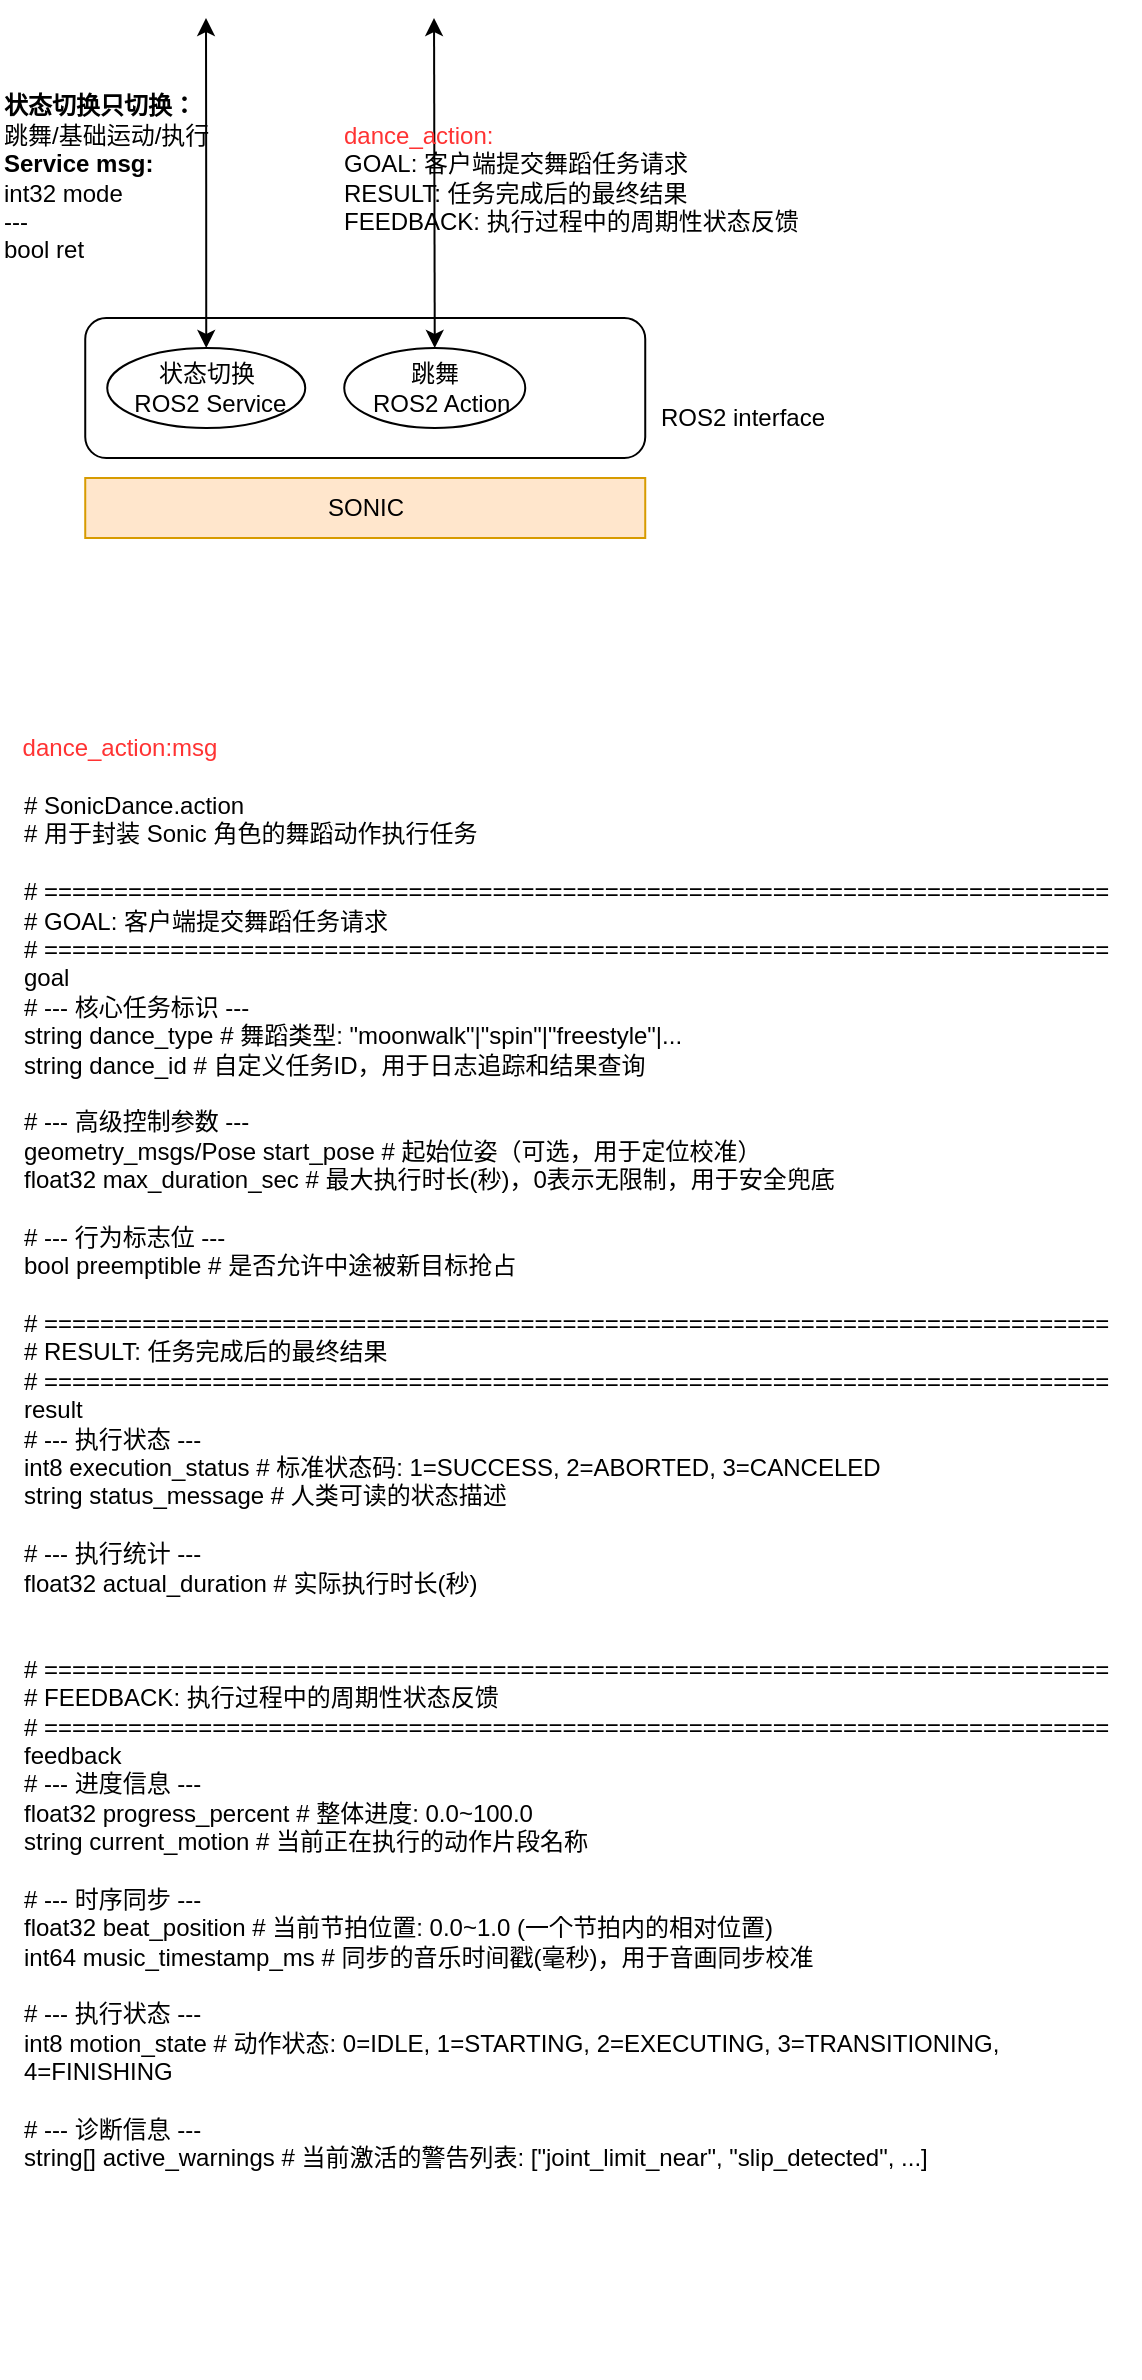
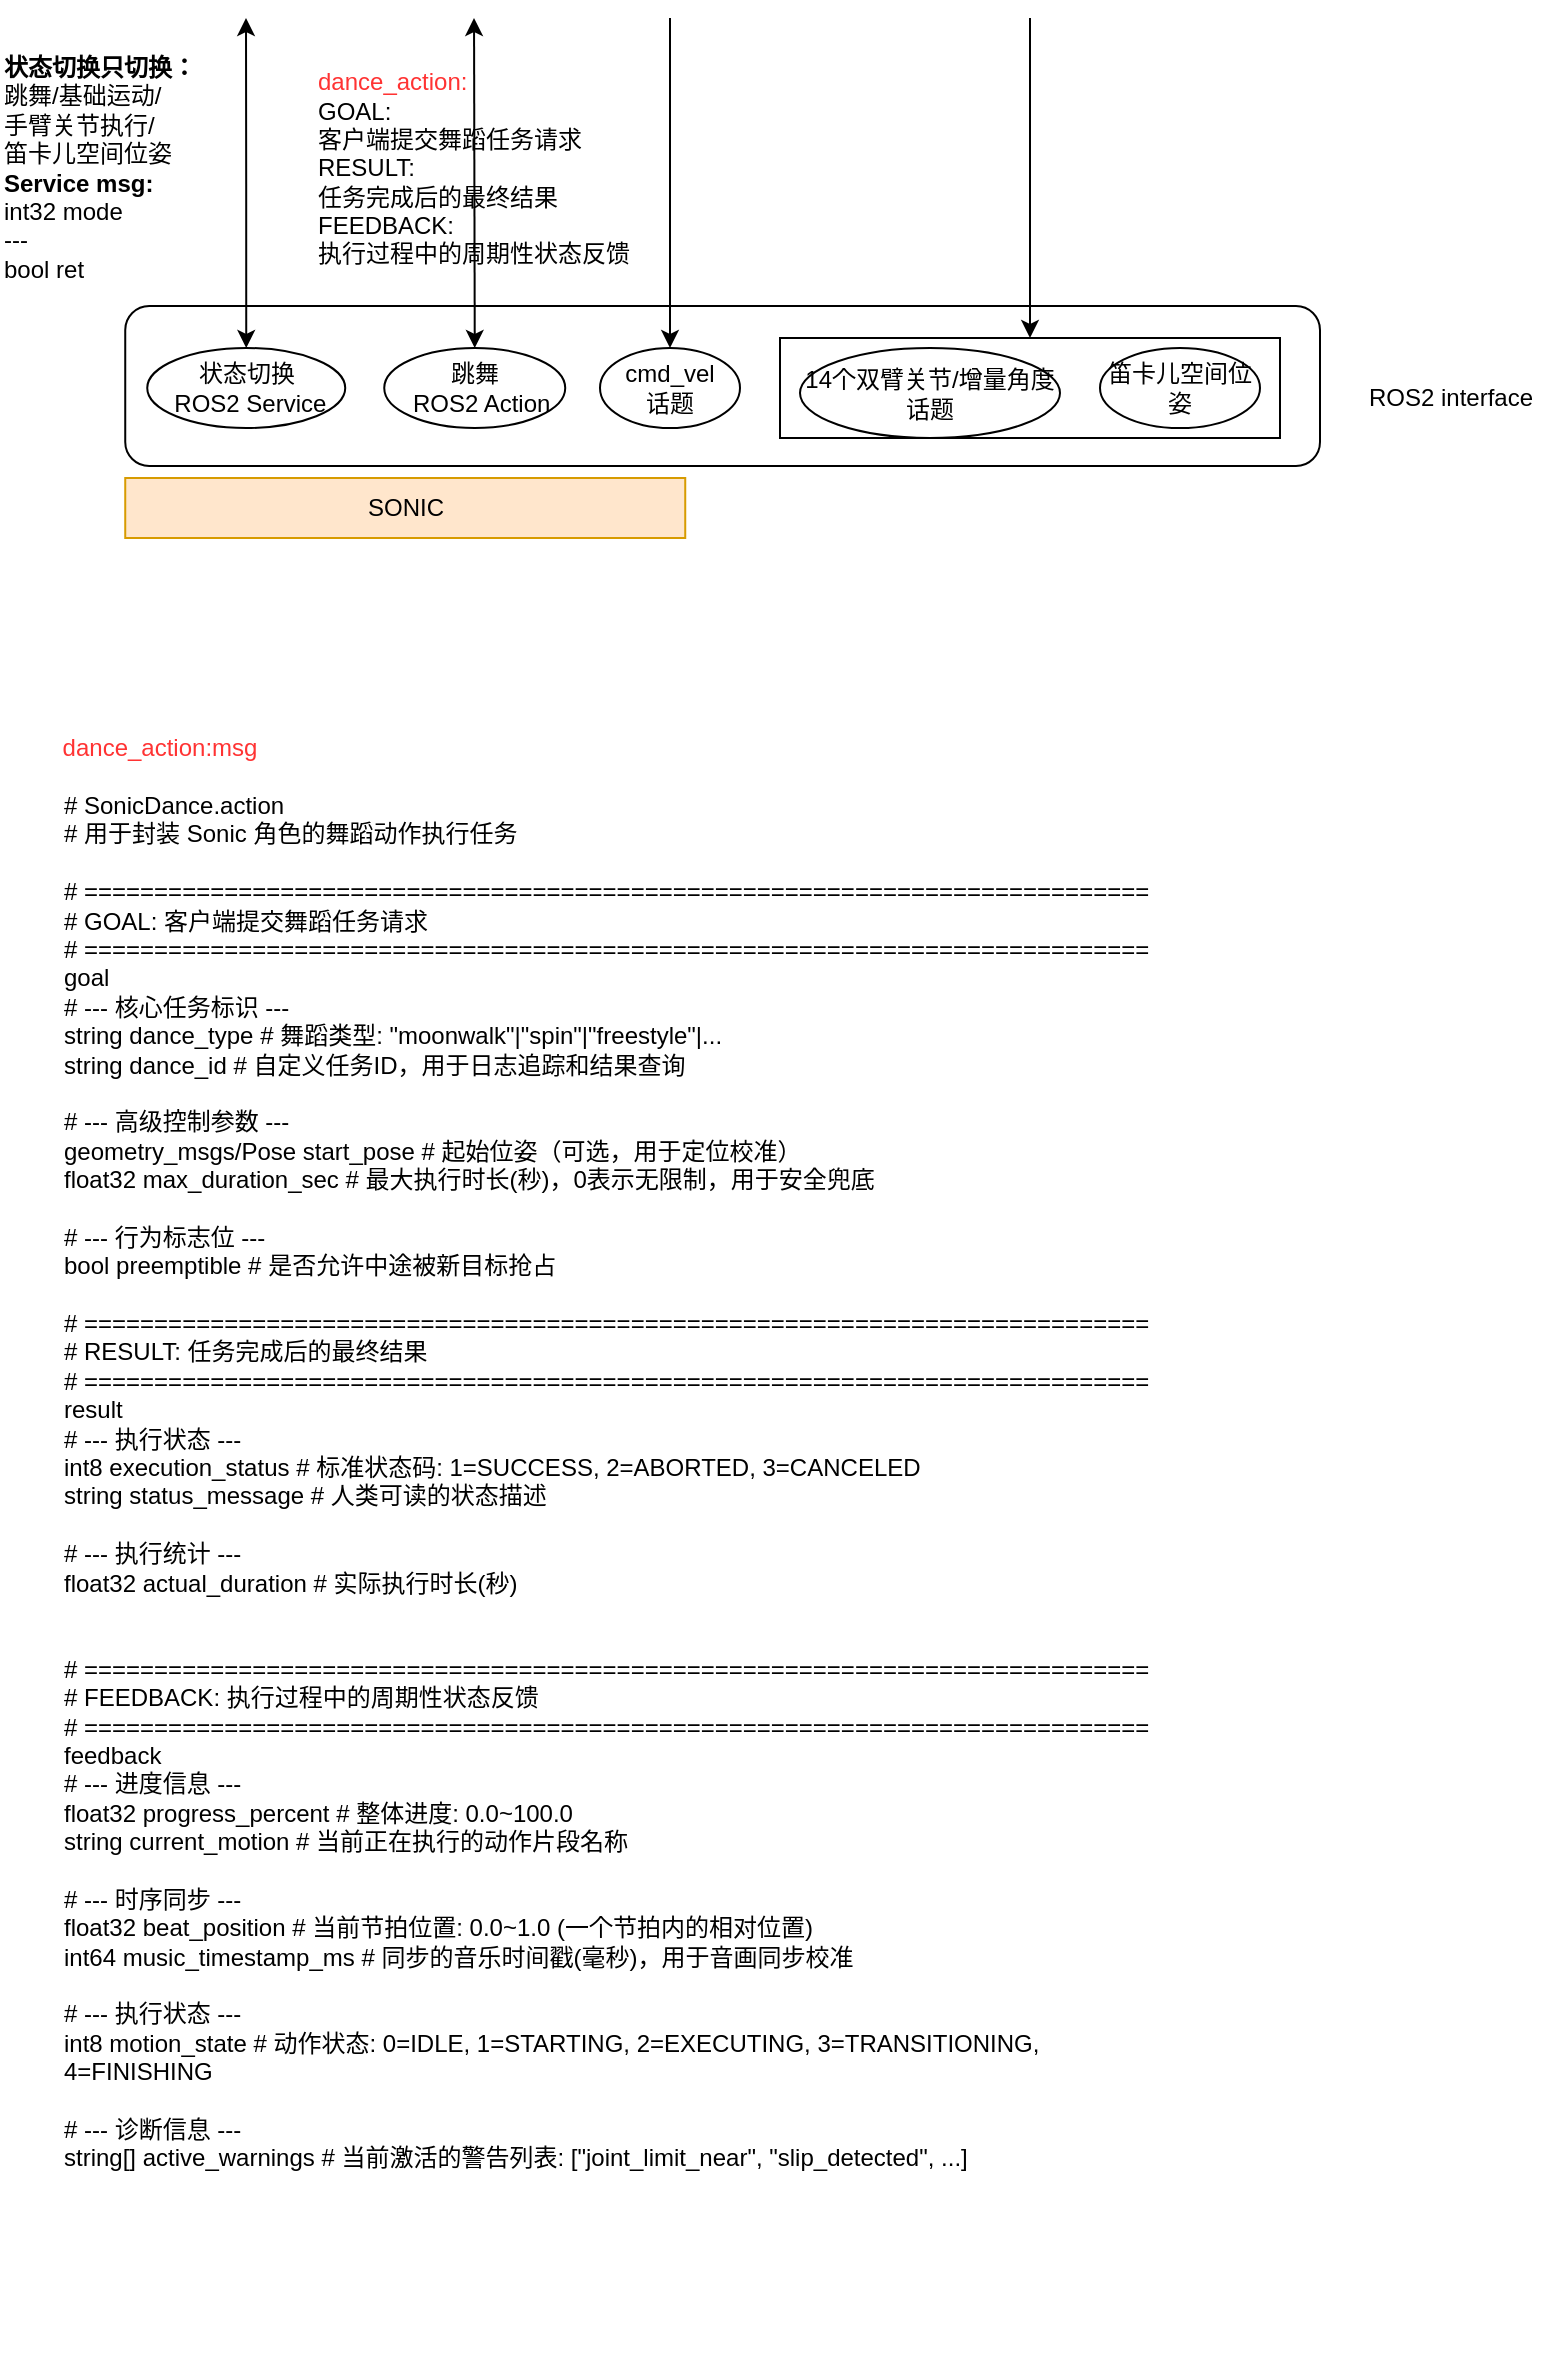
<mxfile host="app.diagrams.net">
  <diagram name="第 1 页" id="DzcLTyVgVoUWEzhdv1gV">
    <mxGraphModel dx="975" dy="528" grid="1" gridSize="10" guides="1" tooltips="1" connect="1" arrows="1" fold="1" page="1" pageScale="1" pageWidth="1654" pageHeight="1169" math="0" shadow="0">
      <root>
        <mxCell id="0" />
        <mxCell id="1" parent="0" />
        <mxCell id="3TUa6k41WnPCvsEETGqd-1" parent="1" style="rounded=0;whiteSpace=wrap;html=1;fillColor=#ffe6cc;strokeColor=#d79b00;" value="SONIC" vertex="1">
          <mxGeometry height="30" width="280" x="552.62" y="310" as="geometry" />
        </mxCell>
        <mxCell id="3TUa6k41WnPCvsEETGqd-2" parent="1" style="rounded=1;whiteSpace=wrap;html=1;" value="" vertex="1">
-           <mxGeometry height="70" width="280" x="552.62" y="230" as="geometry" />
+           <mxGeometry height="80" width="597.38" x="552.62" y="224" as="geometry" />
        </mxCell>
        <mxCell id="3TUa6k41WnPCvsEETGqd-3" parent="1" style="text;html=1;align=center;verticalAlign=middle;resizable=0;points=[];autosize=1;strokeColor=none;fillColor=none;" value="ROS2 interface" vertex="1">
-           <mxGeometry height="30" width="110" x="825.62" y="265" as="geometry" />
+           <mxGeometry height="30" width="110" x="1160" y="255" as="geometry" />
        </mxCell>
        <mxCell id="3TUa6k41WnPCvsEETGqd-4" edge="1" parent="1" source="3TUa6k41WnPCvsEETGqd-5" style="edgeStyle=orthogonalEdgeStyle;rounded=0;orthogonalLoop=1;jettySize=auto;html=1;exitX=0.5;exitY=0;exitDx=0;exitDy=0;startArrow=classic;startFill=1;">
          <mxGeometry relative="1" as="geometry">
            <mxPoint x="613" y="80" as="targetPoint" />
          </mxGeometry>
        </mxCell>
        <mxCell id="3TUa6k41WnPCvsEETGqd-5" parent="1" style="ellipse;whiteSpace=wrap;html=1;" value="状态切换&lt;br&gt;&amp;nbsp;ROS2 Service" vertex="1">
          <mxGeometry height="40" width="99" x="563.62" y="245" as="geometry" />
        </mxCell>
        <mxCell id="3TUa6k41WnPCvsEETGqd-6" edge="1" parent="1" source="3TUa6k41WnPCvsEETGqd-7" style="edgeStyle=orthogonalEdgeStyle;curved=1;rounded=0;orthogonalLoop=1;jettySize=auto;html=1;exitX=0.5;exitY=0;exitDx=0;exitDy=0;startArrow=classic;startFill=1;">
          <mxGeometry relative="1" as="geometry">
            <mxPoint x="727" y="80" as="targetPoint" />
          </mxGeometry>
        </mxCell>
        <mxCell id="3TUa6k41WnPCvsEETGqd-7" parent="1" style="ellipse;whiteSpace=wrap;html=1;" value="跳舞&lt;br&gt;&amp;nbsp; ROS2 Action" vertex="1">
          <mxGeometry height="40" width="90.5" x="682.12" y="245" as="geometry" />
        </mxCell>
-         <mxCell id="3TUa6k41WnPCvsEETGqd-8" parent="1" style="text;html=1;align=left;verticalAlign=middle;resizable=0;points=[];autosize=1;strokeColor=none;fillColor=none;" value="&lt;font&gt;&lt;font style=&quot;color: rgb(0, 0, 0);&quot;&gt;&lt;b&gt;状态切换只切换：&lt;/b&gt;&lt;/font&gt;&lt;br&gt;&lt;font style=&quot;color: rgb(0, 0, 0);&quot;&gt;跳舞/基础运动/执行&lt;/font&gt;&lt;br&gt;&lt;font style=&quot;color: rgb(0, 0, 0);&quot;&gt;&lt;b&gt;Service msg:&lt;/b&gt;&lt;/font&gt;&lt;/font&gt;&lt;br&gt;int32 mode&lt;div&gt;---&lt;/div&gt;&lt;div&gt;bool ret&lt;/div&gt;" vertex="1">
-           <mxGeometry height="100" width="130" x="510" y="110" as="geometry" />
+         <mxCell id="3TUa6k41WnPCvsEETGqd-8" parent="1" style="text;html=1;align=left;verticalAlign=middle;resizable=0;points=[];autosize=1;strokeColor=none;fillColor=none;" value="&lt;font&gt;&lt;font style=&quot;color: rgb(0, 0, 0);&quot;&gt;&lt;b&gt;状态切换只切换：&lt;/b&gt;&lt;/font&gt;&lt;br&gt;&lt;font style=&quot;color: rgb(0, 0, 0);&quot;&gt;跳舞/基础运动/&lt;br&gt;手臂关节执行/&lt;br&gt;笛卡儿空间位姿&lt;/font&gt;&lt;br&gt;&lt;font style=&quot;color: rgb(0, 0, 0);&quot;&gt;&lt;b&gt;Service msg:&lt;/b&gt;&lt;/font&gt;&lt;/font&gt;&lt;br&gt;int32 mode&lt;div&gt;---&lt;/div&gt;&lt;div&gt;bool ret&lt;/div&gt;" vertex="1">
+           <mxGeometry height="130" width="120" x="490" y="90" as="geometry" />
        </mxCell>
-         <mxCell id="qzNTs-UY0wei0addMZY_-1" parent="1" style="text;html=1;whiteSpace=wrap;strokeColor=none;fillColor=none;align=left;verticalAlign=middle;rounded=0;" value="&lt;font style=&quot;color: rgb(255, 51, 51);&quot;&gt;&lt;span style=&quot;font-family: monospace; font-size: 0px; text-wrap: nowrap; color: rgba(0, 0, 0, 0);&quot;&gt;%3CmxGraphModel%3E%3Croot%3E%3CmxCell%20id%3D%220%22%2F%3E%3CmxCell%20id%3D%221%22%20parent%3D%220%22%2F%3E%3CmxCell%20id%3D%222%22%20parent%3D%221%22%20style%3D%22text%3Bhtml%3D1%3BwhiteSpace%3Dwrap%3BstrokeColor%3Dnone%3BfillColor%3Dnone%3Balign%3Dcenter%3BverticalAlign%3Dmiddle%3Brounded%3D0%3B%22%20value%3D%22Text%22%20vertex%3D%221%22%3E%3CmxGeometry%20height%3D%2230%22%20width%3D%2260%22%20x%3D%22510%22%20y%3D%22400%22%20as%3D%22geometry%22%2F%3E%3C%2FmxCell%3E%3C%2Froot%3E%3C%2FmxGraphModel%3E%3CmxGraphModel%3E%3Croot%3E%3CmxCell%20id%3D%220%22%2F%3E%3CmxCell%20id%3D%221%22%20parent%3D%220%22%2F%3E%3CmxCell%20id%3D%222%22%20parent%3D%221%22%20style%3D%22text%3Bhtml%3D1%3BwhiteSpace%3Dwrap%3BstrokeColor%3Dnone%3BfillColor%3Dnone%3Balign%3Dcenter%3BverticalAlign%3Dmiddle%3Brounded%3D0%3B%22%20value%3D%22Text%22%20vertex%3D%221%22%3E%3CmxGeometry%20height%3D%2230%22%20width%3D%2260%22%20x%3D%22510%22%20y%3D%22400%22%20as%3D%22geometry%22%2F%3E%3C%2FmxCell%3E%3C%2Froot%3E%3C%2FmxGraphModel%3E&lt;/span&gt;dance_action:&lt;/font&gt;&lt;br&gt;GOAL: 客户端提交舞蹈任务请求&lt;br&gt;RESULT: 任务完成后的最终结果&lt;br&gt;FEEDBACK: 执行过程中的周期性状态反馈" vertex="1">
-           <mxGeometry height="70" width="240" x="680" y="125" as="geometry" />
+         <mxCell id="qzNTs-UY0wei0addMZY_-1" parent="1" style="text;html=1;whiteSpace=wrap;strokeColor=none;fillColor=none;align=left;verticalAlign=middle;rounded=0;" value="&lt;font style=&quot;color: rgb(255, 51, 51);&quot;&gt;&lt;span style=&quot;font-family: monospace; font-size: 0px; text-wrap: nowrap; color: rgba(0, 0, 0, 0);&quot;&gt;%3CmxGraphModel%3E%3Croot%3E%3CmxCell%20id%3D%220%22%2F%3E%3CmxCell%20id%3D%221%22%20parent%3D%220%22%2F%3E%3CmxCell%20id%3D%222%22%20parent%3D%221%22%20style%3D%22text%3Bhtml%3D1%3BwhiteSpace%3Dwrap%3BstrokeColor%3Dnone%3BfillColor%3Dnone%3Balign%3Dcenter%3BverticalAlign%3Dmiddle%3Brounded%3D0%3B%22%20value%3D%22Text%22%20vertex%3D%221%22%3E%3CmxGeometry%20height%3D%2230%22%20width%3D%2260%22%20x%3D%22510%22%20y%3D%22400%22%20as%3D%22geometry%22%2F%3E%3C%2FmxCell%3E%3C%2Froot%3E%3C%2FmxGraphModel%3E%3CmxGraphModel%3E%3Croot%3E%3CmxCell%20id%3D%220%22%2F%3E%3CmxCell%20id%3D%221%22%20parent%3D%220%22%2F%3E%3CmxCell%20id%3D%222%22%20parent%3D%221%22%20style%3D%22text%3Bhtml%3D1%3BwhiteSpace%3Dwrap%3BstrokeColor%3Dnone%3BfillColor%3Dnone%3Balign%3Dcenter%3BverticalAlign%3Dmiddle%3Brounded%3D0%3B%22%20value%3D%22Text%22%20vertex%3D%221%22%3E%3CmxGeometry%20height%3D%2230%22%20width%3D%2260%22%20x%3D%22510%22%20y%3D%22400%22%20as%3D%22geometry%22%2F%3E%3C%2FmxCell%3E%3C%2Froot%3E%3C%2FmxGraphModel%3E&lt;/span&gt;dance_action:&lt;/font&gt;&lt;br&gt;GOAL: &lt;br&gt;客户端提交舞蹈任务请求&lt;br&gt;RESULT: &lt;br&gt;任务完成后的最终结果&lt;br&gt;FEEDBACK: &lt;br&gt;执行过程中的周期性状态反馈" vertex="1">
+           <mxGeometry height="70" width="160" x="647.37" y="120" as="geometry" />
        </mxCell>
        <UserObject label="# SonicDance.action&#xa;# 用于封装 Sonic 角色的舞蹈动作执行任务&#xa;&#xa;# ============================================================================&#xa;# GOAL: 客户端提交舞蹈任务请求&#xa;# ============================================================================&#xa;goal&#xa;  # --- 核心任务标识 ---&#xa;  string dance_type           # 舞蹈类型: &quot;moonwalk&quot;|&quot;spin&quot;|&quot;freestyle&quot;|...&#xa;  string dance_id             # 自定义任务ID，用于日志追踪和结果查询&#xa;    &#xa;  # --- 高级控制参数 ---&#xa;  geometry_msgs/Pose start_pose  # 起始位姿（可选，用于定位校准）&#xa;  float32 max_duration_sec    # 最大执行时长(秒)，0表示无限制，用于安全兜底&#xa;  &#xa;  # --- 行为标志位 ---&#xa;  bool preemptible            # 是否允许中途被新目标抢占&#xa;&#xa;# ============================================================================&#xa;# RESULT: 任务完成后的最终结果&#xa;# ============================================================================&#xa;result&#xa;  # --- 执行状态 ---&#xa;  int8 execution_status       # 标准状态码: 1=SUCCESS, 2=ABORTED, 3=CANCELED&#xa;  string status_message       # 人类可读的状态描述&#xa;  &#xa;  # --- 执行统计 ---&#xa;  float32 actual_duration     # 实际执行时长(秒)&#xa;&#xa;&#xa;# ============================================================================&#xa;# FEEDBACK: 执行过程中的周期性状态反馈&#xa;# ============================================================================&#xa;feedback&#xa;  # --- 进度信息 ---&#xa;  float32 progress_percent    # 整体进度: 0.0~100.0&#xa;  string current_motion       # 当前正在执行的动作片段名称&#xa;  &#xa;  # --- 时序同步 ---&#xa;  float32 beat_position       # 当前节拍位置: 0.0~1.0 (一个节拍内的相对位置)&#xa;  int64 music_timestamp_ms    # 同步的音乐时间戳(毫秒)，用于音画同步校准&#xa;  &#xa;  # --- 执行状态 ---&#xa;  int8 motion_state           # 动作状态: 0=IDLE, 1=STARTING, 2=EXECUTING, 3=TRANSITIONING, 4=FINISHING&#xa;  &#xa;  # --- 诊断信息 ---&#xa;  string[] active_warnings    # 当前激活的警告列表: [&quot;joint_limit_near&quot;, &quot;slip_detected&quot;, ...]" link="# SonicDance.action&#xa;# 用于封装 Sonic 角色的舞蹈动作执行任务&#xa;&#xa;# ============================================================================&#xa;# GOAL: 客户端提交舞蹈任务请求&#xa;# ============================================================================&#xa;goal&#xa;  # --- 核心任务标识 ---&#xa;  string dance_type           # 舞蹈类型: &quot;moonwalk&quot;|&quot;spin&quot;|&quot;freestyle&quot;|...&#xa;  string dance_id             # 自定义任务ID，用于日志追踪和结果查询&#xa;    &#xa;  # --- 高级控制参数 ---&#xa;  geometry_msgs/Pose start_pose  # 起始位姿（可选，用于定位校准）&#xa;  float32 max_duration_sec    # 最大执行时长(秒)，0表示无限制，用于安全兜底&#xa;  &#xa;  # --- 行为标志位 ---&#xa;  bool preemptible            # 是否允许中途被新目标抢占&#xa;&#xa;# ============================================================================&#xa;# RESULT: 任务完成后的最终结果&#xa;# ============================================================================&#xa;result&#xa;  # --- 执行状态 ---&#xa;  int8 execution_status       # 标准状态码: 1=SUCCESS, 2=ABORTED, 3=CANCELED&#xa;  string status_message       # 人类可读的状态描述&#xa;  &#xa;  # --- 执行统计 ---&#xa;  float32 actual_duration     # 实际执行时长(秒)&#xa;&#xa;&#xa;# ============================================================================&#xa;# FEEDBACK: 执行过程中的周期性状态反馈&#xa;# ============================================================================&#xa;feedback&#xa;  # --- 进度信息 ---&#xa;  float32 progress_percent    # 整体进度: 0.0~100.0&#xa;  string current_motion       # 当前正在执行的动作片段名称&#xa;  &#xa;  # --- 时序同步 ---&#xa;  float32 beat_position       # 当前节拍位置: 0.0~1.0 (一个节拍内的相对位置)&#xa;  int64 music_timestamp_ms    # 同步的音乐时间戳(毫秒)，用于音画同步校准&#xa;  &#xa;  # --- 执行状态 ---&#xa;  int8 motion_state           # 动作状态: 0=IDLE, 1=STARTING, 2=EXECUTING, 3=TRANSITIONING, 4=FINISHING&#xa;  &#xa;  # --- 诊断信息 ---&#xa;  string[] active_warnings    # 当前激活的警告列表: [&quot;joint_limit_near&quot;, &quot;slip_detected&quot;, ...]" id="qzNTs-UY0wei0addMZY_-2">
          <mxCell parent="1" style="text;whiteSpace=wrap;html=1;" vertex="1">
            <mxGeometry height="800" width="560" x="520" y="460" as="geometry" />
          </mxCell>
        </UserObject>
        <mxCell id="qzNTs-UY0wei0addMZY_-3" parent="1" style="text;html=1;whiteSpace=wrap;strokeColor=none;fillColor=none;align=center;verticalAlign=middle;rounded=0;" value="&lt;span style=&quot;text-align: left; text-wrap: nowrap; font-family: monospace; font-size: 0px; color: rgba(0, 0, 0, 0);&quot;&gt;%3CmxGraphModel%3E%3Croot%3E%3CmxCell%20id%3D%220%22%2F%3E%3CmxCell%20id%3D%221%22%20parent%3D%220%22%2F%3E%3CmxCell%20id%3D%222%22%20parent%3D%221%22%20style%3D%22text%3Bhtml%3D1%3BwhiteSpace%3Dwrap%3BstrokeColor%3Dnone%3BfillColor%3Dnone%3Balign%3Dcenter%3BverticalAlign%3Dmiddle%3Brounded%3D0%3B%22%20value%3D%22Text%22%20vertex%3D%221%22%3E%3CmxGeometry%20height%3D%2230%22%20width%3D%2260%22%20x%3D%22510%22%20y%3D%22400%22%20as%3D%22geometry%22%2F%3E%3C%2FmxCell%3E%3C%2Froot%3E%3C%2FmxGraphModel%3E%3CmxGraphModel%3E%3Croot%3E%3CmxCell%20id%3D%220%22%2F%3E%3CmxCell%20id%3D%221%22%20parent%3D%220%22%2F%3E%3CmxCell%20id%3D%222%22%20parent%3D%221%22%20style%3D%22text%3Bhtml%3D1%3BwhiteSpace%3Dwrap%3BstrokeColor%3Dnone%3BfillColor%3Dnone%3Balign%3Dcenter%3BverticalAlign%3Dmiddle%3Brounded%3D0%3B%22%20value%3D%22Text%22%20vertex%3D%221%22%3E%3CmxGeometry%20height%3D%2230%22%20width%3D%2260%22%20x%3D%22510%22%20y%3D%22400%22%20as%3D%22geometry%22%2F%3E%3C%2FmxCell%3E%3C%2Froot%3E%3C%2FmxGraphModel%3E&lt;/span&gt;&lt;span style=&quot;color: rgb(255, 51, 51); text-align: left;&quot;&gt;dance_action:msg&lt;/span&gt;" vertex="1">
          <mxGeometry height="30" width="100" x="520" y="430" as="geometry" />
        </mxCell>
+         <mxCell id="qzNTs-UY0wei0addMZY_-8" edge="1" parent="1" source="qzNTs-UY0wei0addMZY_-4" style="edgeStyle=orthogonalEdgeStyle;rounded=0;orthogonalLoop=1;jettySize=auto;html=1;exitX=0.5;exitY=0;exitDx=0;exitDy=0;startArrow=classic;startFill=1;endArrow=none;endFill=0;">
+           <mxGeometry relative="1" as="geometry">
+             <mxPoint x="825" y="80" as="targetPoint" />
+           </mxGeometry>
+         </mxCell>
+         <mxCell id="qzNTs-UY0wei0addMZY_-4" parent="1" style="ellipse;whiteSpace=wrap;html=1;" value="cmd_vel&lt;br&gt;话题" vertex="1">
+           <mxGeometry height="40" width="70" x="790" y="245" as="geometry" />
+         </mxCell>
+         <mxCell id="qzNTs-UY0wei0addMZY_-13" edge="1" parent="1" source="qzNTs-UY0wei0addMZY_-11" style="edgeStyle=orthogonalEdgeStyle;rounded=0;orthogonalLoop=1;jettySize=auto;html=1;exitX=0.5;exitY=0;exitDx=0;exitDy=0;startArrow=classic;startFill=1;endArrow=none;endFill=0;">
+           <mxGeometry relative="1" as="geometry">
+             <mxPoint x="1005" y="80" as="targetPoint" />
+           </mxGeometry>
+         </mxCell>
+         <mxCell id="qzNTs-UY0wei0addMZY_-11" parent="1" style="rounded=0;whiteSpace=wrap;html=1;" value="" vertex="1">
+           <mxGeometry height="50" width="250" x="880" y="240" as="geometry" />
+         </mxCell>
+         <mxCell id="qzNTs-UY0wei0addMZY_-6" parent="1" style="ellipse;whiteSpace=wrap;html=1;" value="14个双臂关节/增量角度&lt;br&gt;话题" vertex="1">
+           <mxGeometry height="45" width="130" x="890" y="245" as="geometry" />
+         </mxCell>
+         <mxCell id="qzNTs-UY0wei0addMZY_-7" parent="1" style="ellipse;whiteSpace=wrap;html=1;" value="笛卡儿空间位姿" vertex="1">
+           <mxGeometry height="40" width="80" x="1040" y="245" as="geometry" />
+         </mxCell>
      </root>
    </mxGraphModel>
  </diagram>
</mxfile>
